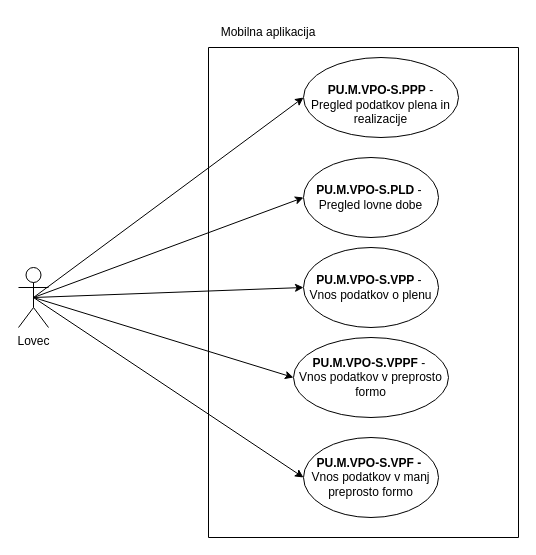
Earlier version of the draw.io diagram Vodenje podatkov o odstrelu-Mobilna.drawio (ErnestISv/Lovstvo). Source tidied: cells renumbered, new cells numbered last; positions are measured from the earlier drawing's top-left corner, leaving out a move shared by most shapes. Both pictures are drawn from the tidied source at 100%, with x=0, y=0 at pixel (18, 17).
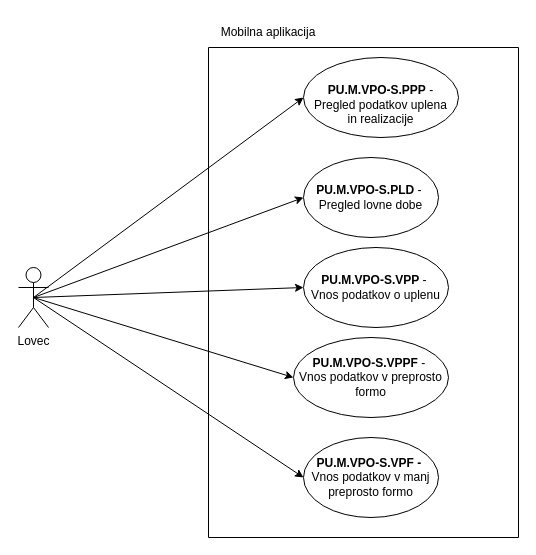
The same diagram, later.

Change to the diagram source:
```diff
@@
 <mxGraphModel>
   <root>
     <mxCell id="0" />
     <mxCell id="1" parent="0" />
     <mxCell id="2" value="Lovec" style="shape=umlActor;verticalLabelPosition=bottom;verticalAlign=top;html=1;outlineConnect=0;" parent="1" vertex="1">
       <mxGeometry y="250" width="30" height="60" as="geometry" />
     </mxCell>
     <mxCell id="3" style="swimlane;startSize=0;" parent="1" vertex="1">
       <mxGeometry x="190" y="30" width="310" height="490" as="geometry" />
     </mxCell>
-    <mxCell id="4" value="&lt;br&gt;&lt;table style=&quot;border-collapse:&lt;br/&gt; collapse;width:107pt&quot; width=&quot;142&quot; cellspacing=&quot;0&quot; cellpadding=&quot;0&quot; border=&quot;0&quot;&gt;&lt;tbody&gt;&lt;tr style=&quot;mso-height-source:userset;height:36.6pt&quot; height=&quot;49&quot;&gt;  &lt;td style=&quot;height:36.6pt;width:107pt&quot; width=&quot;142&quot; class=&quot;xl63&quot; height=&quot;49&quot;&gt;&lt;b&gt;PU.M.VPO-S.PPP&lt;/b&gt; -&lt;br&gt;Pregled podatkov plena in realizacije&lt;/td&gt;&lt;/tr&gt;&lt;/tbody&gt;&lt;/table&gt;" style="ellipse;whiteSpace=wrap;html=1;" parent="3" vertex="1">
+    <mxCell id="4" value="&lt;br&gt;&lt;table style=&quot;border-collapse:&lt;br/&gt; collapse;width:107pt&quot; width=&quot;142&quot; cellspacing=&quot;0&quot; cellpadding=&quot;0&quot; border=&quot;0&quot;&gt;&lt;tbody&gt;&lt;tr style=&quot;mso-height-source:userset;height:36.6pt&quot; height=&quot;49&quot;&gt;  &lt;td style=&quot;height:36.6pt;width:107pt&quot; width=&quot;142&quot; class=&quot;xl63&quot; height=&quot;49&quot;&gt;&lt;b&gt;PU.M.VPO-S.PPP&lt;/b&gt; -&lt;br&gt;Pregled podatkov uplena in realizacije&lt;/td&gt;&lt;/tr&gt;&lt;/tbody&gt;&lt;/table&gt;" style="ellipse;whiteSpace=wrap;html=1;" parent="3" vertex="1">
       <mxGeometry x="95" y="10" width="155" height="80" as="geometry" />
     </mxCell>
     <mxCell id="5" value="&lt;b&gt;PU.M.VPO-S.VPPF&lt;/b&gt; -&amp;nbsp;&lt;div&gt;Vnos podatkov v preprosto formo&lt;/div&gt;" style="ellipse;whiteSpace=wrap;html=1;" parent="3" vertex="1">
       <mxGeometry x="85" y="290" width="155" height="80" as="geometry" />
     </mxCell>
     <mxCell id="6" value="&lt;b&gt;PU.M.VPO-S.PLD&lt;/b&gt; -&amp;nbsp;&lt;div&gt;Pregled lovne dobe&lt;/div&gt;" style="ellipse;whiteSpace=wrap;html=1;" parent="3" vertex="1">
       <mxGeometry x="95" y="110" width="135" height="80" as="geometry" />
     </mxCell>
     <mxCell id="7" value="&lt;b&gt;PU.M.VPO-S.VPF -&amp;nbsp;&lt;/b&gt;&lt;div&gt;Vnos podatkov v manj preprosto formo&lt;/div&gt;" style="ellipse;whiteSpace=wrap;html=1;" parent="3" vertex="1">
       <mxGeometry x="95" y="390" width="135" height="80" as="geometry" />
     </mxCell>
-    <mxCell id="8" value="&lt;b&gt;PU.M.VPO-S.VPP &lt;/b&gt;-&amp;nbsp;&lt;div&gt;Vnos podatkov o plenu&lt;/div&gt;" style="ellipse;whiteSpace=wrap;html=1;" parent="3" vertex="1">
-      <mxGeometry x="95" y="200" width="135" height="80" as="geometry" />
+    <mxCell id="8" value="&lt;b&gt;PU.M.VPO-S.VPP &lt;/b&gt;-&amp;nbsp;&lt;div&gt;Vnos podatkov o uplenu&lt;/div&gt;" style="ellipse;whiteSpace=wrap;html=1;" parent="3" vertex="1">
+      <mxGeometry x="95" y="200" width="145" height="80" as="geometry" />
     </mxCell>
     <mxCell id="9" style="endArrow=classic;html=1;rounded=0;exitX=0.5;exitY=0.5;exitDx=0;exitDy=0;exitPerimeter=0;entryX=0;entryY=0.5;entryDx=0;entryDy=0;" parent="1" edge="1" source="2" target="4">
       <mxGeometry relative="1" as="geometry" />
     </mxCell>
     <mxCell id="10" style="endArrow=classic;html=1;rounded=0;exitX=0.5;exitY=0.5;exitDx=0;exitDy=0;exitPerimeter=0;entryX=0;entryY=0.5;entryDx=0;entryDy=0;" parent="1" edge="1" source="2" target="6">
       <mxGeometry relative="1" as="geometry" />
     </mxCell>
     <mxCell id="11" style="endArrow=classic;html=1;rounded=0;exitX=0.5;exitY=0.5;exitDx=0;exitDy=0;exitPerimeter=0;entryX=0;entryY=0.5;entryDx=0;entryDy=0;" parent="1" edge="1" source="2" target="8">
       <mxGeometry relative="1" as="geometry" />
     </mxCell>
     <mxCell id="12" style="endArrow=classic;html=1;rounded=0;exitX=0.5;exitY=0.5;exitDx=0;exitDy=0;exitPerimeter=0;entryX=0;entryY=0.5;entryDx=0;entryDy=0;" parent="1" edge="1" source="2" target="5">
       <mxGeometry relative="1" as="geometry" />
     </mxCell>
     <mxCell id="13" style="endArrow=classic;html=1;rounded=0;exitX=0.5;exitY=0.5;exitDx=0;exitDy=0;exitPerimeter=0;entryX=0;entryY=0.5;entryDx=0;entryDy=0;" parent="1" edge="1" source="2" target="7">
       <mxGeometry relative="1" as="geometry" />
     </mxCell>
     <mxCell id="14" value="Mobilna aplikacija" style="text;html=1;align=center;verticalAlign=middle;whiteSpace=wrap;rounded=0;" parent="1" vertex="1">
       <mxGeometry x="190" width="120" height="30" as="geometry" />
     </mxCell>
   </root>
 </mxGraphModel>
```
